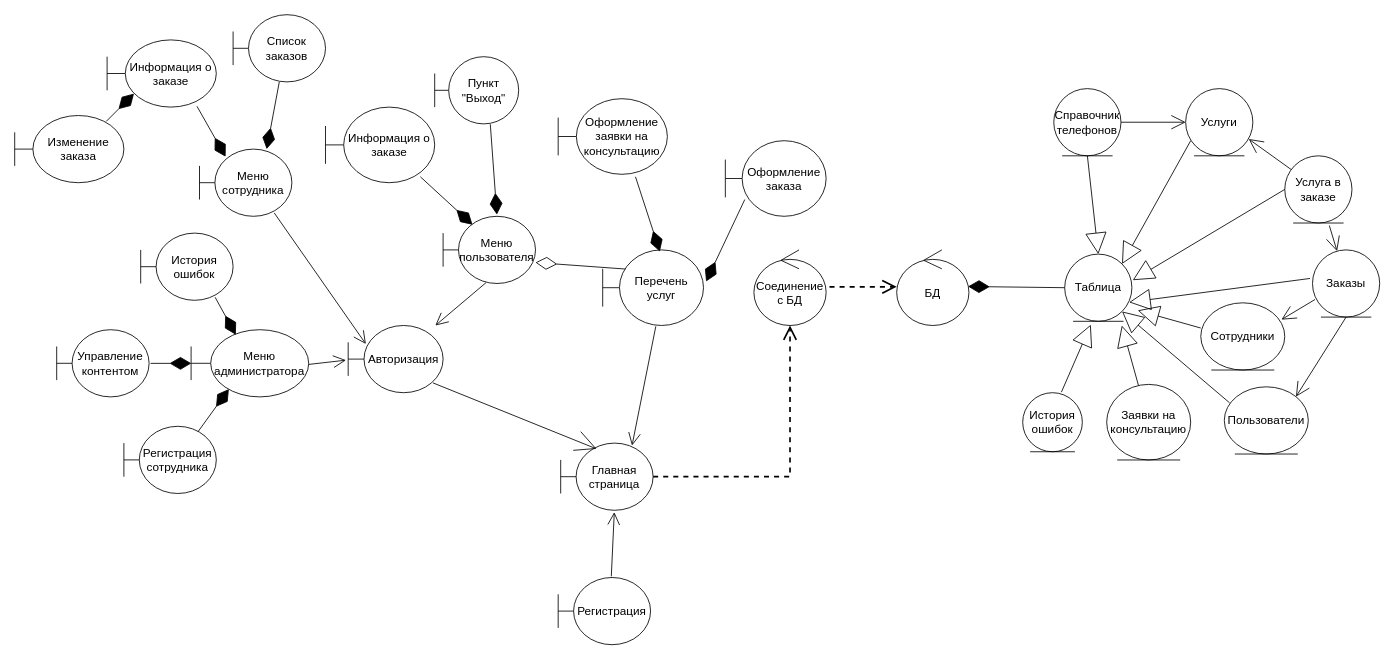
Before: page "Диаграмма классов анализа" (1 of 5) of Курсач/Диаграммы/Диаграмма классов анализа.drawio in JolyBin/Valeriy, a draw.io diagram. Source tidied: cells renumbered, new cells numbered last; positions are measured from the earlier drawing's top-left corner, leaving out a move shared by most shapes. Both pictures are drawn from the tidied source at 84%, with x=0, y=0 at pixel (14, 14).
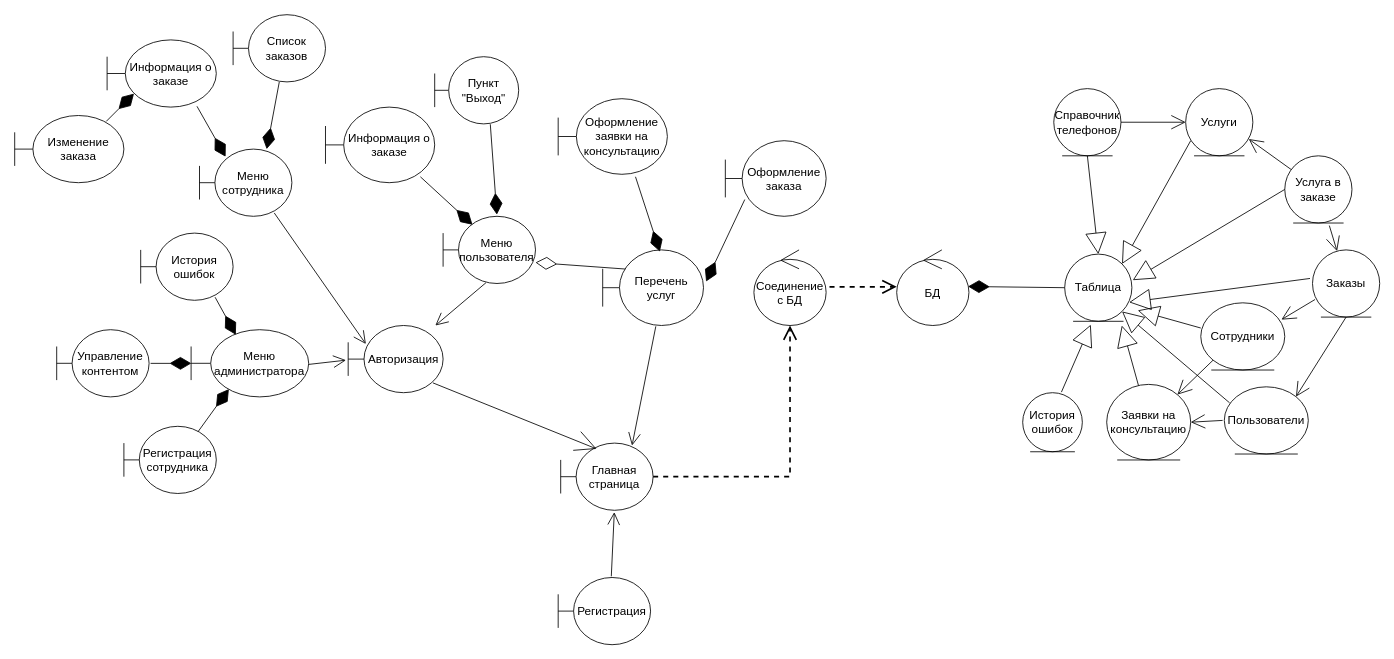
Above is the later version.

Unchanged cells that the change refers to:
```xml
<mxCell id="30" value="Заявки на консультацию" style="ellipse;shape=umlEntity;whiteSpace=wrap;html=1;fontSize=14;" parent="1" vertex="1">
  <mxGeometry x="1300" y="440.1" width="100" height="90" as="geometry" />
</mxCell>
<mxCell id="57" value="Сотрудники" style="ellipse;shape=umlEntity;whiteSpace=wrap;html=1;fontSize=14;" parent="1" vertex="1">
  <mxGeometry x="1412" y="343" width="100" height="80" as="geometry" />
</mxCell>
```

Change to the diagram source:
```diff
@@
+    <mxCell id="63" style="endArrow=none;html=1;entryX=0;entryY=1;entryDx=0;entryDy=0;endFill=0;endSize=15;startSize=15;startArrow=open;startFill=0;" parent="1" edge="1" source="30" target="57">
+      <mxGeometry relative="1" as="geometry" />
+    </mxCell>
+    <mxCell id="64" style="endArrow=none;html=1;endFill=0;endSize=15;startSize=15;startArrow=open;startFill=0;exitX=1;exitY=0.5;exitDx=0;exitDy=0;" parent="1" edge="1" source="30">
+      <mxGeometry relative="1" as="geometry">
+        <mxPoint x="1438" y="483" as="targetPoint" />
+      </mxGeometry>
+    </mxCell>
```
